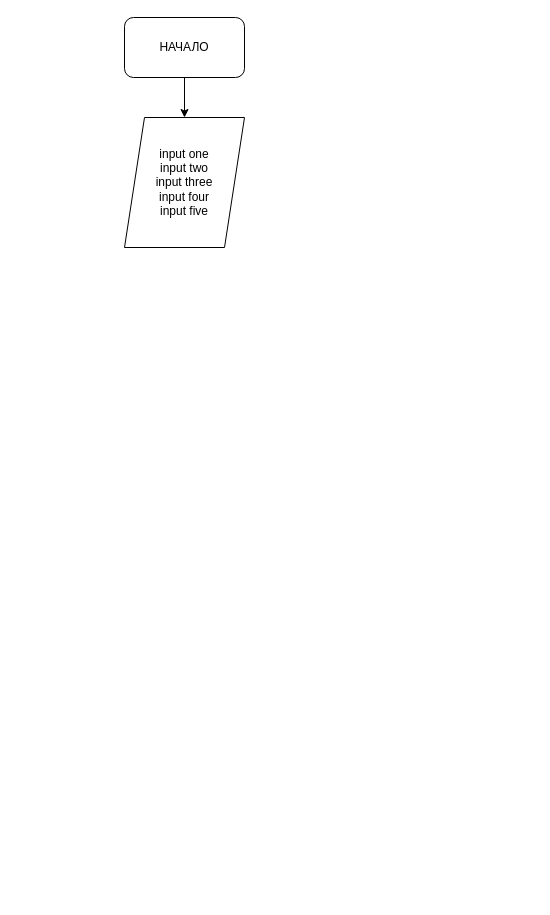
Above: BlockDiagram/ControlTask.drawio in DonAcco/ControlTask (draw.io), before the change. Source tidied: cells renumbered, new cells numbered last; positions are measured from the earlier drawing's top-left corner, leaving out a move shared by most shapes. Both pictures are drawn from the tidied source at 100%, with x=0, y=0 at pixel (124, 17).
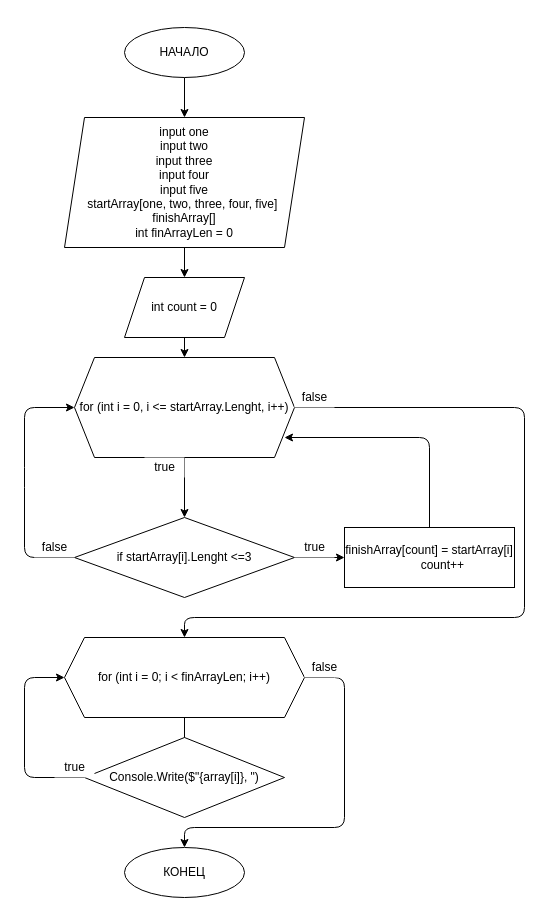
Above is the later version.

What changed in the source:
```diff
@@
-    <mxCell id="2" style="edgeStyle=none;html=1;" parent="1" edge="1" source="3" target="4">
-      <mxGeometry relative="1" as="geometry" />
+    <mxCell id="2" style="edgeStyle=none;html=1;" parent="1" edge="1" target="4">
+      <mxGeometry relative="1" as="geometry">
+        <mxPoint x="60" y="60" as="sourcePoint" />
+      </mxGeometry>
     </mxCell>
+    <mxCell id="5" style="edgeStyle=none;html=1;entryX=0.5;entryY=0;entryDx=0;entryDy=0;" parent="1" edge="1" source="4" target="7">
+      <mxGeometry relative="1" as="geometry" />
+    </mxCell>
+    <mxCell id="4" value="input one&lt;br&gt;input two&lt;br&gt;input three&lt;br&gt;input four&lt;br&gt;input five&lt;br&gt;&lt;div&gt;startArray[one, two, three, four, five]&amp;nbsp;&lt;/div&gt;&lt;div&gt;finishArray[]&lt;/div&gt;&lt;div&gt;int finArrayLen = 0&lt;/div&gt;" style="shape=parallelogram;perimeter=parallelogramPerimeter;whiteSpace=wrap;html=1;fixedSize=1;" parent="1" vertex="1">
+      <mxGeometry x="-60" y="100" width="240" height="130" as="geometry" />
+    </mxCell>
+    <mxCell id="6" style="edgeStyle=none;html=1;" parent="1" edge="1" source="7">
+      <mxGeometry relative="1" as="geometry">
+        <mxPoint x="60" y="340" as="targetPoint" />
+      </mxGeometry>
+    </mxCell>
+    <mxCell id="7" value="int count = 0" style="shape=parallelogram;perimeter=parallelogramPerimeter;whiteSpace=wrap;html=1;fixedSize=1;" parent="1" vertex="1">
+      <mxGeometry y="260" width="120" height="60" as="geometry" />
+    </mxCell>
+    <mxCell id="8" style="edgeStyle=none;html=1;startArrow=none;exitX=0.5;exitY=1;exitDx=0;exitDy=0;" parent="1" edge="1" source="10">
+      <mxGeometry relative="1" as="geometry">
+        <mxPoint x="60" y="500" as="targetPoint" />
+      </mxGeometry>
+    </mxCell>
+    <mxCell id="9" style="edgeStyle=none;html=1;exitX=1;exitY=0.5;exitDx=0;exitDy=0;" parent="1" edge="1" source="10">
+      <mxGeometry relative="1" as="geometry">
+        <mxPoint x="60" y="620" as="targetPoint" />
+        <Array as="points">
+          <mxPoint x="400" y="390" />
+          <mxPoint x="400" y="600" />
+          <mxPoint x="60" y="600" />
+        </Array>
+      </mxGeometry>
+    </mxCell>
+    <mxCell id="10" value="for (int i = 0, i &amp;lt;= startArray.Lenght, i++)" style="shape=hexagon;perimeter=hexagonPerimeter2;whiteSpace=wrap;html=1;fixedSize=1;" parent="1" vertex="1">
+      <mxGeometry x="-50" y="340" width="220" height="100" as="geometry" />
+    </mxCell>
+    <mxCell id="11" value="false" style="text;html=1;align=center;verticalAlign=middle;strokeColor=none;fillColor=default;" parent="1" vertex="1">
+      <mxGeometry x="170" y="370" width="40" height="20" as="geometry" />
+    </mxCell>
+    <mxCell id="12" style="edgeStyle=none;html=1;entryX=0;entryY=0.5;entryDx=0;entryDy=0;" parent="1" edge="1" source="14" target="16">
+      <mxGeometry relative="1" as="geometry" />
+    </mxCell>
+    <mxCell id="13" style="edgeStyle=none;html=1;exitX=0;exitY=0.5;exitDx=0;exitDy=0;entryX=0;entryY=0.5;entryDx=0;entryDy=0;" parent="1" edge="1" source="14" target="10">
+      <mxGeometry relative="1" as="geometry">
+        <Array as="points">
+          <mxPoint x="-100" y="540" />
+          <mxPoint x="-100" y="460" />
+          <mxPoint x="-100" y="390" />
+        </Array>
+      </mxGeometry>
+    </mxCell>
+    <mxCell id="14" value="if startArray[i].Lenght &amp;lt;=3" style="rhombus;whiteSpace=wrap;html=1;fillColor=default;" parent="1" vertex="1">
+      <mxGeometry x="-50" y="500" width="220" height="80" as="geometry" />
+    </mxCell>
+    <mxCell id="15" style="edgeStyle=none;html=1;" parent="1" edge="1" source="16">
+      <mxGeometry relative="1" as="geometry">
+        <mxPoint x="160" y="420" as="targetPoint" />
+        <Array as="points">
+          <mxPoint x="305" y="420" />
+        </Array>
+      </mxGeometry>
+    </mxCell>
+    <mxCell id="16" value="&lt;div&gt;finishArray[count] = startArray[i]&lt;/div&gt;&lt;span&gt;&amp;nbsp; &amp;nbsp; &amp;nbsp; &amp;nbsp; count++&lt;/span&gt;" style="rounded=0;whiteSpace=wrap;html=1;fillColor=default;" parent="1" vertex="1">
+      <mxGeometry x="220" y="510" width="170" height="60" as="geometry" />
+    </mxCell>
+    <mxCell id="17" value="true" style="text;html=1;align=center;verticalAlign=middle;strokeColor=none;fillColor=default;" parent="1" vertex="1">
+      <mxGeometry x="170" y="520" width="40" height="20" as="geometry" />
+    </mxCell>
+    <mxCell id="18" style="edgeStyle=none;html=1;endArrow=none;" parent="1" edge="1" source="10">
+      <mxGeometry relative="1" as="geometry">
+        <mxPoint x="60" y="440" as="targetPoint" />
+      </mxGeometry>
+    </mxCell>
+    <mxCell id="19" value="false" style="text;html=1;align=center;verticalAlign=middle;strokeColor=none;fillColor=default;" parent="1" vertex="1">
+      <mxGeometry x="-90" y="520" width="40" height="20" as="geometry" />
+    </mxCell>
+    <mxCell id="20" style="edgeStyle=none;html=1;" parent="1" edge="1" source="21" target="10">
+      <mxGeometry relative="1" as="geometry" />
+    </mxCell>
+    <mxCell id="21" value="true" style="text;html=1;align=center;verticalAlign=middle;points=[];strokeColor=none;fillColor=default;" parent="1" vertex="1">
+      <mxGeometry x="20" y="440" width="40" height="20" as="geometry" />
+    </mxCell>
+    <mxCell id="22" style="edgeStyle=none;html=1;" parent="1" edge="1" source="24">
+      <mxGeometry relative="1" as="geometry">
+        <mxPoint x="60" y="780" as="targetPoint" />
+      </mxGeometry>
+    </mxCell>
+    <mxCell id="23" style="edgeStyle=none;html=1;exitX=1;exitY=0.5;exitDx=0;exitDy=0;entryX=0.5;entryY=0;entryDx=0;entryDy=0;startArrow=none;" parent="1" edge="1" source="24" target="28">
+      <mxGeometry relative="1" as="geometry">
+        <Array as="points">
+          <mxPoint x="220" y="660" />
+          <mxPoint x="220" y="810" />
+          <mxPoint x="60" y="810" />
+        </Array>
+      </mxGeometry>
+    </mxCell>
+    <mxCell id="24" value="for (int i = 0; i &amp;lt; finArrayLen; i++)" style="shape=hexagon;perimeter=hexagonPerimeter2;whiteSpace=wrap;html=1;fixedSize=1;fillColor=default;" parent="1" vertex="1">
+      <mxGeometry x="-60" y="620" width="240" height="80" as="geometry" />
+    </mxCell>
+    <mxCell id="25" style="edgeStyle=none;html=1;entryX=0;entryY=0.5;entryDx=0;entryDy=0;" parent="1" edge="1" source="26" target="24">
+      <mxGeometry relative="1" as="geometry">
+        <Array as="points">
+          <mxPoint x="-100" y="760" />
+          <mxPoint x="-100" y="660" />
+        </Array>
+      </mxGeometry>
+    </mxCell>
+    <mxCell id="26" value="Console.Write($&quot;{array[i]}, &quot;)" style="rhombus;whiteSpace=wrap;html=1;fillColor=default;" parent="1" vertex="1">
+      <mxGeometry x="-40" y="720" width="200" height="80" as="geometry" />
+    </mxCell>
+    <mxCell id="27" value="true" style="text;html=1;align=center;verticalAlign=middle;strokeColor=none;fillColor=default;" parent="1" vertex="1">
+      <mxGeometry x="-70" y="740" width="40" height="20" as="geometry" />
+    </mxCell>
+    <mxCell id="28" value="КОНЕЦ" style="ellipse;whiteSpace=wrap;html=1;fillColor=default;" parent="1" vertex="1">
+      <mxGeometry y="830" width="120" height="50" as="geometry" />
+    </mxCell>
-    <mxCell id="3" value="НАЧАЛО" style="rounded=1;whiteSpace=wrap;html=1;" parent="1" vertex="1">
-      <mxGeometry width="120" height="60" as="geometry" />
+    <mxCell id="3" value="НАЧАЛО" style="ellipse;whiteSpace=wrap;html=1;fillColor=default;" parent="1" vertex="1">
+      <mxGeometry y="10" width="120" height="50" as="geometry" />
     </mxCell>
-    <mxCell id="4" value="input one&lt;br&gt;input two&lt;br&gt;input three&lt;br&gt;input four&lt;br&gt;input five&lt;br&gt;" style="shape=parallelogram;perimeter=parallelogramPerimeter;whiteSpace=wrap;html=1;fixedSize=1;" parent="1" vertex="1">
-      <mxGeometry y="100" width="120" height="130" as="geometry" />
-    </mxCell>
+    <mxCell id="29" value="false" style="text;html=1;align=center;verticalAlign=middle;strokeColor=none;fillColor=default;" parent="1" vertex="1">
+      <mxGeometry x="180" y="640" width="40" height="20" as="geometry" />
+    </mxCell>
```
